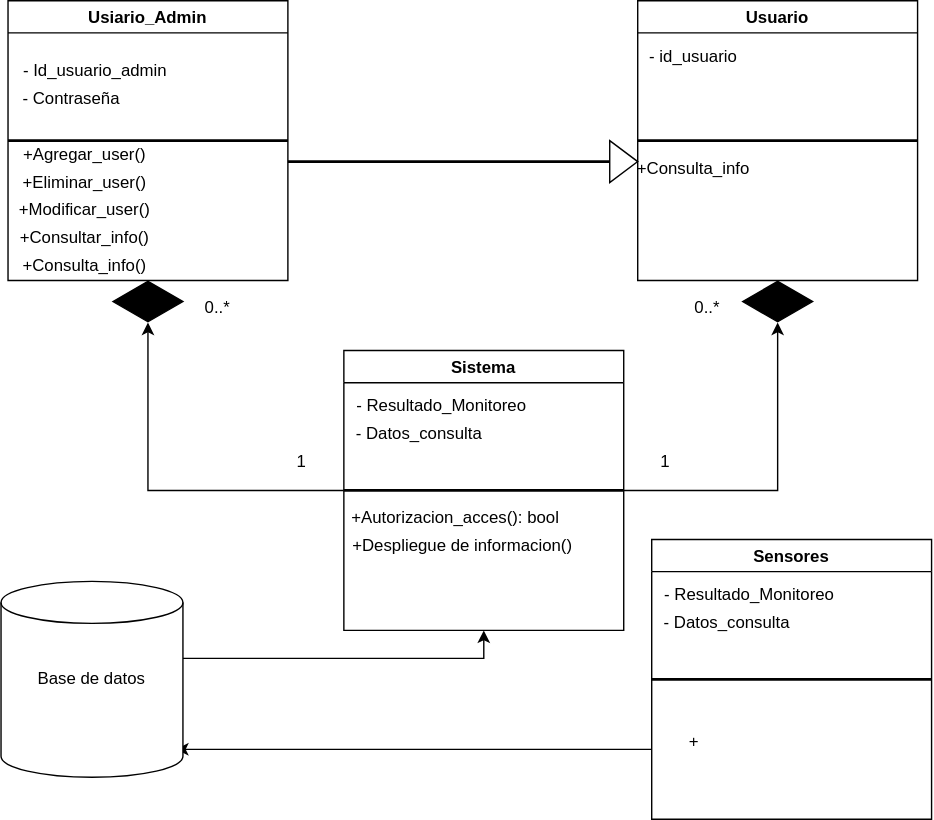
This is images/DiagramaDeClases.drawio.svg from abraham22rodriguez/AnalisisAvanzadoDeSoftware_AbrahamRodriguez, a draw.io export, as it was before one commit. Source tidied: cells renumbered, new cells last; positions are measured from the earlier drawing's top-left corner, leaving out a move shared by most shapes.
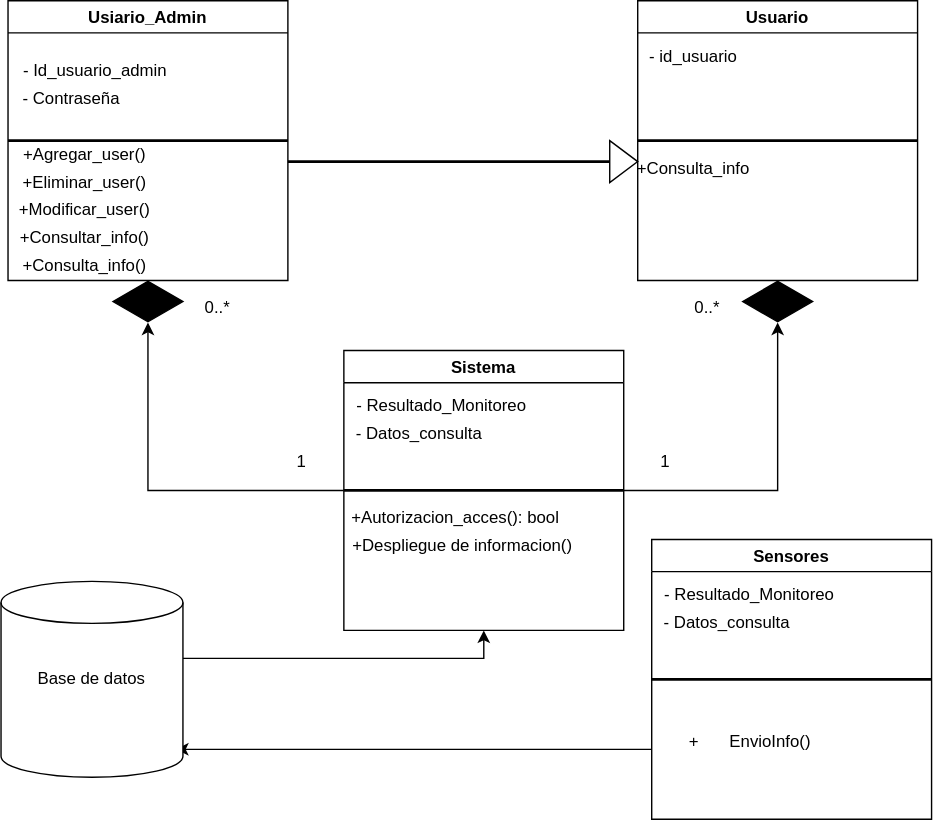
Above is the later version.

Change to the diagram source:
```diff
@@ -114,6 +114,9 @@
     <mxCell id="37" value="+" style="text;html=1;align=center;verticalAlign=middle;" parent="33" vertex="1">
       <mxGeometry x="20" y="135" width="20" height="20" as="geometry" />
     </mxCell>
+    <mxCell id="39" value="EnvioInfo()" style="text;html=1;strokeColor=none;fillColor=none;align=center;verticalAlign=middle;whiteSpace=wrap;rounded=0;" parent="33" vertex="1">
+      <mxGeometry x="40" y="135" width="90" height="20" as="geometry" />
+    </mxCell>
     <mxCell id="38" value="Base de datos" style="shape=cylinder2;whiteSpace=wrap;html=1;boundedLbl=1;backgroundOutline=1;size=15;" parent="1" vertex="1">
       <mxGeometry y="415" width="130" height="140" as="geometry" />
     </mxCell>
```
